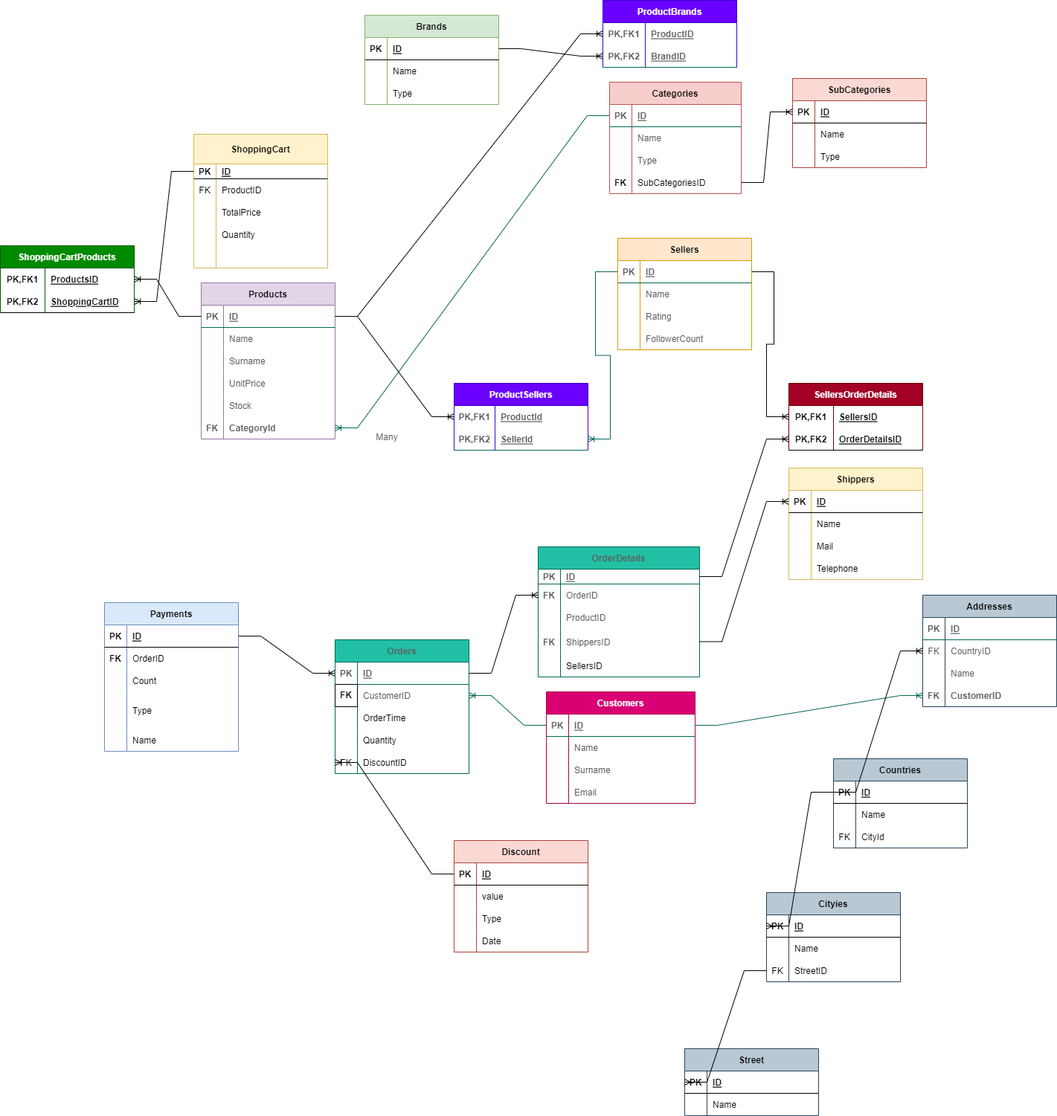
This is Untitled Diagram.drawio (1).drawio.png from Sedatkus/ma-n, a draw.io export, as it was before one commit. Source tidied: cells renumbered, new cells last; positions are measured from the earlier drawing's top-left corner, leaving out a move shared by most shapes.
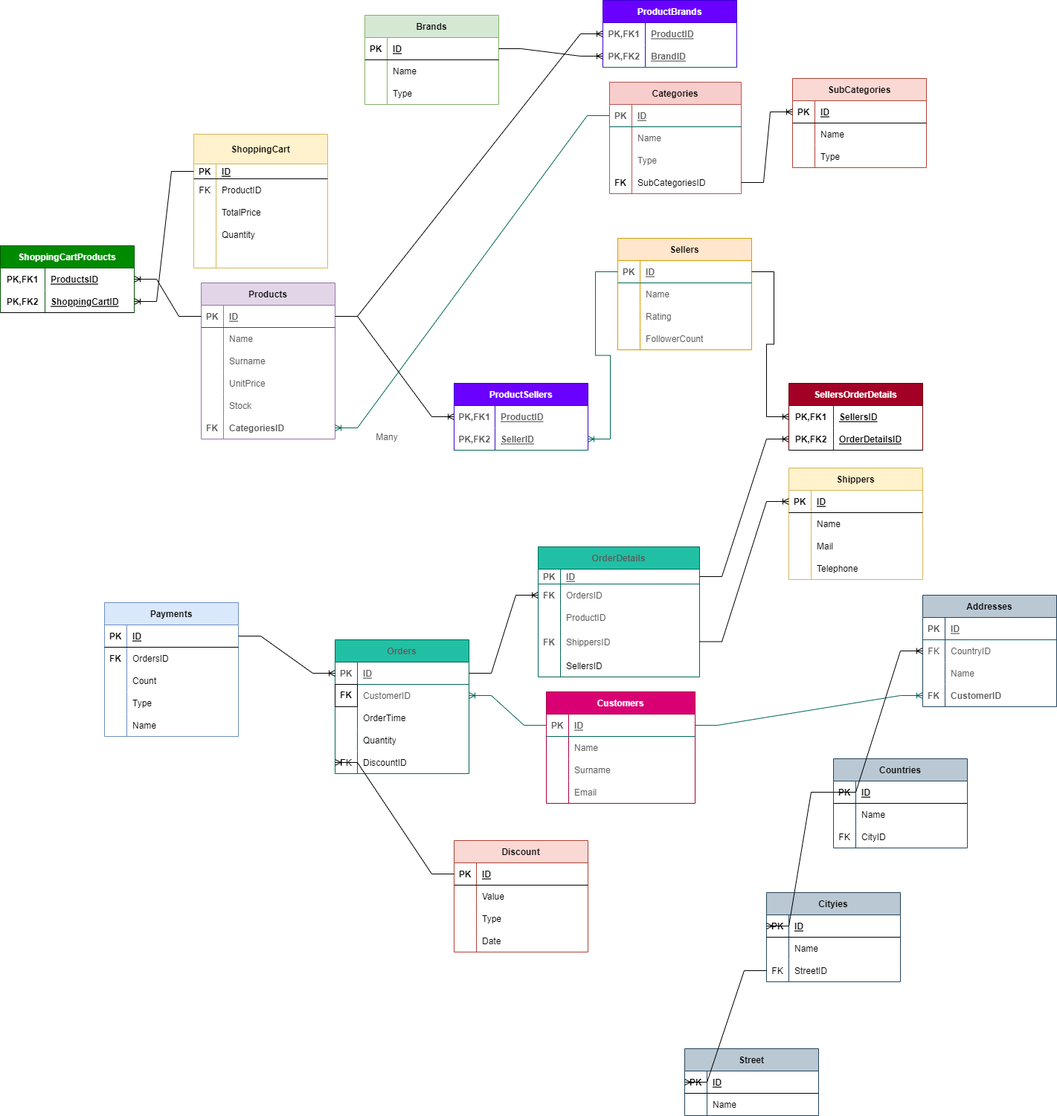
The same file after the commit.

Change to the diagram source:
```diff
@@ -56,7 +56,7 @@
     <mxCell id="19" value="FK" style="shape=partialRectangle;fillColor=none;top=0;left=0;bottom=0;right=0;overflow=hidden;fontStyle=1;strokeColor=#006658;fontColor=#5C5C5C;" parent="18" vertex="1">
       <mxGeometry width="30" height="30" as="geometry" />
     </mxCell>
-    <mxCell id="20" value="CategoryId" style="shape=partialRectangle;fillColor=none;top=0;left=0;bottom=0;right=0;align=left;spacingLeft=6;overflow=hidden;fontStyle=1;strokeColor=#006658;fontColor=#5C5C5C;" parent="18" vertex="1">
+    <mxCell id="20" value="CategoriesID" style="shape=partialRectangle;fillColor=none;top=0;left=0;bottom=0;right=0;align=left;spacingLeft=6;overflow=hidden;fontStyle=1;strokeColor=#006658;fontColor=#5C5C5C;" parent="18" vertex="1">
       <mxGeometry x="30" width="150" height="30" as="geometry" />
     </mxCell>
     <mxCell id="21" value="Categories" style="shape=table;startSize=30;rowLines=0;fontStyle=1;align=center;strokeColor=#b85450;fillColor=#f8cecc;" parent="1" vertex="1">
@@ -233,7 +233,7 @@
     <mxCell id="78" value="PK,FK1" style="shape=partialRectangle;fillColor=none;top=0;left=0;bottom=0;right=0;fontStyle=1;overflow=hidden;strokeColor=#006658;fontColor=#5C5C5C;" parent="77" vertex="1">
       <mxGeometry width="55" height="30" as="geometry" />
     </mxCell>
-    <mxCell id="79" value="ProductId" style="shape=partialRectangle;fillColor=none;top=0;left=0;bottom=0;right=0;align=left;spacingLeft=6;fontStyle=5;overflow=hidden;strokeColor=#006658;fontColor=#5C5C5C;" parent="77" vertex="1">
+    <mxCell id="79" value="ProductID" style="shape=partialRectangle;fillColor=none;top=0;left=0;bottom=0;right=0;align=left;spacingLeft=6;fontStyle=5;overflow=hidden;strokeColor=#006658;fontColor=#5C5C5C;" parent="77" vertex="1">
       <mxGeometry x="55" width="125" height="30" as="geometry" />
     </mxCell>
     <mxCell id="80" style="shape=tableRow;horizontal=0;startSize=0;swimlaneHead=0;swimlaneBody=0;fillColor=none;points=[[0,0.5],[1,0.5]];portConstraint=eastwest;top=0;left=0;right=0;bottom=1;strokeColor=#006658;fontColor=#5C5C5C;" parent="76" vertex="1">
@@ -242,7 +242,7 @@
     <mxCell id="81" value="PK,FK2" style="shape=partialRectangle;fillColor=none;top=0;left=0;bottom=0;right=0;fontStyle=1;overflow=hidden;strokeColor=#006658;fontColor=#5C5C5C;" parent="80" vertex="1">
       <mxGeometry width="55" height="30" as="geometry" />
     </mxCell>
-    <mxCell id="82" value="SellerId" style="shape=partialRectangle;fillColor=none;top=0;left=0;bottom=0;right=0;align=left;spacingLeft=6;fontStyle=5;overflow=hidden;strokeColor=#006658;fontColor=#5C5C5C;" parent="80" vertex="1">
+    <mxCell id="82" value="SellerID" style="shape=partialRectangle;fillColor=none;top=0;left=0;bottom=0;right=0;align=left;spacingLeft=6;fontStyle=5;overflow=hidden;strokeColor=#006658;fontColor=#5C5C5C;" parent="80" vertex="1">
       <mxGeometry x="55" width="125" height="30" as="geometry" />
     </mxCell>
     <mxCell id="83" style="edgeStyle=entityRelationEdgeStyle;fontSize=12;html=1;endArrow=ERoneToMany;rounded=0;entryX=1;entryY=0.5;entryDx=0;entryDy=0;exitX=0;exitY=0.5;exitDx=0;exitDy=0;strokeColor=#006658;fontColor=#5C5C5C;" parent="1" edge="1" source="64" target="80">
@@ -314,7 +314,7 @@
     <mxCell id="105" value="FK" style="shape=partialRectangle;fillColor=none;top=0;left=0;bottom=0;right=0;overflow=hidden;strokeColor=#006658;fontColor=#5C5C5C;fontStyle=1;" parent="104" vertex="1">
       <mxGeometry width="30" height="30" as="geometry" />
     </mxCell>
-    <mxCell id="106" value="OrderID" style="shape=partialRectangle;fillColor=none;top=0;left=0;bottom=0;right=0;align=left;spacingLeft=6;overflow=hidden;strokeColor=#006658;fontColor=#5C5C5C;" parent="104" vertex="1">
+    <mxCell id="106" value="OrdersID" style="shape=partialRectangle;fillColor=none;top=0;left=0;bottom=0;right=0;align=left;spacingLeft=6;overflow=hidden;strokeColor=#006658;fontColor=#5C5C5C;" parent="104" vertex="1">
       <mxGeometry x="30" width="187" height="30" as="geometry" />
     </mxCell>
     <mxCell id="107" style="shape=tableRow;horizontal=0;startSize=0;swimlaneHead=0;swimlaneBody=0;fillColor=none;top=0;left=0;right=0;bottom=0;strokeColor=#006658;fontColor=#5C5C5C;" parent="100" vertex="1">
@@ -357,7 +357,7 @@
       </mxGeometry>
     </mxCell>
     <mxCell id="119" value="Payments" style="shape=table;startSize=30;rowLines=0;fontStyle=1;align=center;fillColor=#dae8fc;strokeColor=#6c8ebf;" parent="1" vertex="1">
-      <mxGeometry x="140" y="810" width="180" height="200" as="geometry" />
+      <mxGeometry x="140" y="810" width="180" height="180" as="geometry" />
     </mxCell>
     <mxCell id="120" style="shape=tableRow;horizontal=0;startSize=0;swimlaneHead=0;swimlaneBody=0;fillColor=none;points=[[0,0.5],[1,0.5]];portConstraint=eastwest;top=0;left=0;right=0;bottom=1;" parent="119" vertex="1">
       <mxGeometry y="30" width="180" height="30" as="geometry" />
@@ -374,7 +374,7 @@
     <mxCell id="124" value="FK" style="shape=partialRectangle;fillColor=none;top=0;left=0;bottom=0;right=0;overflow=hidden;fontStyle=1;" parent="123" vertex="1">
       <mxGeometry width="30" height="30" as="geometry" />
     </mxCell>
-    <mxCell id="125" value="OrderID" style="shape=partialRectangle;fillColor=none;top=0;left=0;bottom=0;right=0;align=left;spacingLeft=6;overflow=hidden;" parent="123" vertex="1">
+    <mxCell id="125" value="OrdersID" style="shape=partialRectangle;fillColor=none;top=0;left=0;bottom=0;right=0;align=left;spacingLeft=6;overflow=hidden;" parent="123" vertex="1">
       <mxGeometry x="30" width="150" height="30" as="geometry" />
     </mxCell>
     <mxCell id="126" style="shape=tableRow;horizontal=0;startSize=0;swimlaneHead=0;swimlaneBody=0;fillColor=none;top=0;left=0;right=0;bottom=0;" parent="119" vertex="1">
@@ -387,16 +387,16 @@
       <mxGeometry x="30" width="150" height="30" as="geometry" />
     </mxCell>
     <mxCell id="129" style="shape=tableRow;horizontal=0;startSize=0;swimlaneHead=0;swimlaneBody=0;fillColor=none;top=0;left=0;right=0;bottom=0;" parent="119" vertex="1">
-      <mxGeometry y="120" width="180" height="50" as="geometry" />
+      <mxGeometry y="120" width="180" height="30" as="geometry" />
     </mxCell>
     <mxCell id="130" style="shape=partialRectangle;fillColor=none;top=0;left=0;bottom=0;right=0;overflow=hidden;" parent="129" vertex="1">
-      <mxGeometry width="30" height="50" as="geometry" />
+      <mxGeometry width="30" height="30" as="geometry" />
     </mxCell>
     <mxCell id="131" value="Type" style="shape=partialRectangle;fillColor=none;top=0;left=0;bottom=0;right=0;align=left;spacingLeft=6;overflow=hidden;" parent="129" vertex="1">
-      <mxGeometry x="30" width="150" height="50" as="geometry" />
+      <mxGeometry x="30" width="150" height="30" as="geometry" />
     </mxCell>
     <mxCell id="132" style="shape=tableRow;horizontal=0;startSize=0;swimlaneHead=0;swimlaneBody=0;fillColor=none;top=0;left=0;right=0;bottom=0;" parent="119" vertex="1">
-      <mxGeometry y="170" width="180" height="30" as="geometry" />
+      <mxGeometry y="150" width="180" height="30" as="geometry" />
     </mxCell>
     <mxCell id="133" style="shape=partialRectangle;fillColor=none;top=0;left=0;bottom=0;right=0;fontStyle=0;overflow=hidden;" parent="132" vertex="1">
       <mxGeometry width="30" height="30" as="geometry" />
@@ -572,7 +572,7 @@
     <mxCell id="190" style="shape=partialRectangle;fillColor=none;top=0;left=0;bottom=0;right=0;overflow=hidden;" parent="189" vertex="1">
       <mxGeometry width="30" height="30" as="geometry" />
     </mxCell>
-    <mxCell id="191" value="value" style="shape=partialRectangle;fillColor=none;top=0;left=0;bottom=0;right=0;align=left;spacingLeft=6;overflow=hidden;" parent="189" vertex="1">
+    <mxCell id="191" value="Value" style="shape=partialRectangle;fillColor=none;top=0;left=0;bottom=0;right=0;align=left;spacingLeft=6;overflow=hidden;" parent="189" vertex="1">
       <mxGeometry x="30" width="150" height="30" as="geometry" />
     </mxCell>
     <mxCell id="192" style="shape=tableRow;horizontal=0;startSize=0;swimlaneHead=0;swimlaneBody=0;fillColor=none;top=0;left=0;right=0;bottom=0;" parent="185" vertex="1">
@@ -623,7 +623,7 @@
     <mxCell id="207" value="FK" style="shape=partialRectangle;fillColor=none;top=0;left=0;bottom=0;right=0;fontStyle=0;overflow=hidden;" parent="206" vertex="1">
       <mxGeometry width="30" height="30" as="geometry" />
     </mxCell>
-    <mxCell id="208" value="CityId" style="shape=partialRectangle;fillColor=none;top=0;left=0;bottom=0;right=0;align=left;spacingLeft=6;fontStyle=0;overflow=hidden;" parent="206" vertex="1">
+    <mxCell id="208" value="CityID" style="shape=partialRectangle;fillColor=none;top=0;left=0;bottom=0;right=0;align=left;spacingLeft=6;fontStyle=0;overflow=hidden;" parent="206" vertex="1">
       <mxGeometry x="30" width="150" height="30" as="geometry" />
     </mxCell>
     <mxCell id="209" style="edgeStyle=entityRelationEdgeStyle;fontSize=12;html=1;endArrow=ERoneToMany;rounded=0;exitX=0;exitY=0.5;exitDx=0;exitDy=0;entryX=0;entryY=0.5;entryDx=0;entryDy=0;" parent="1" edge="1" source="200" target="53">
```
